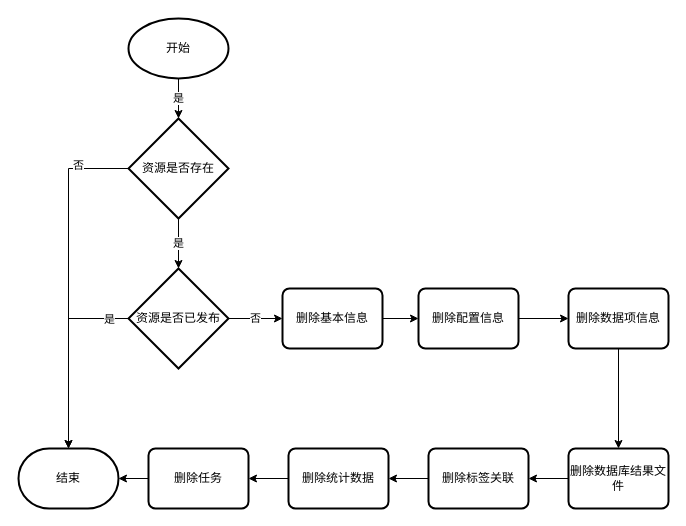
This is 数据资产删除.drawio from weiqingping/dw, a draw.io file, before an edit. Source tidied: cells renumbered, new cells numbered last; positions are measured from the earlier drawing's top-left corner, leaving out a move shared by most shapes. Both pictures are drawn from the tidied source at 100%, with x=0, y=0 at pixel (18, 18).
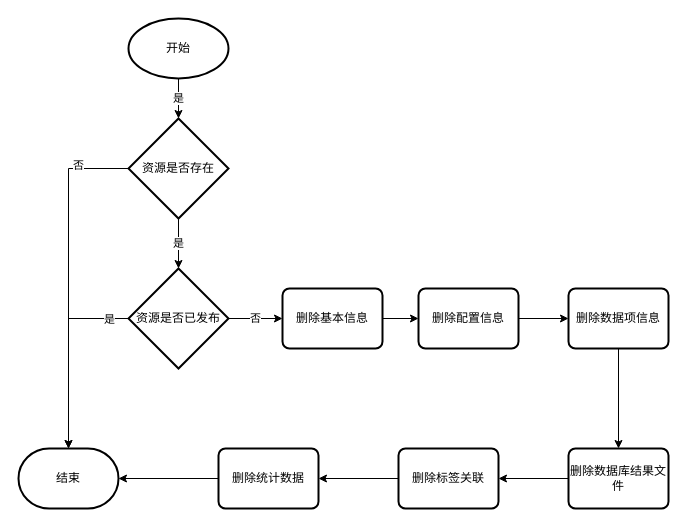
After the change.

Commit message:
更新数据资产删除.drawio

Unchanged cells that the change refers to:
```xml
<mxCell id="8" value="结束" style="strokeWidth=2;html=1;shape=mxgraph.flowchart.terminator;whiteSpace=wrap;" parent="1" vertex="1">
  <mxGeometry y="430" width="100" height="60" as="geometry" />
</mxCell>
```

What changed in the source:
```diff
@@
-    <mxCell id="19" style="edgeStyle=orthogonalEdgeStyle;rounded=0;jettySize=auto;html=1;entryX=1;entryY=0.5;entryDx=0;entryDy=0;entryPerimeter=0;" parent="1" edge="1" source="20" target="8">
-      <mxGeometry relative="1" as="geometry" />
-    </mxCell>
-    <mxCell id="20" value="删除任务" style="rounded=1;whiteSpace=wrap;html=1;absoluteArcSize=1;arcSize=14;strokeWidth=2;" parent="1" vertex="1">
-      <mxGeometry x="130" y="430" width="100" height="60" as="geometry" />
-    </mxCell>
@@
     <mxCell id="24" value="删除标签关联" style="rounded=1;whiteSpace=wrap;html=1;absoluteArcSize=1;arcSize=14;strokeWidth=2;" parent="1" vertex="1">
-      <mxGeometry x="410" y="430" width="100" height="60" as="geometry" />
+      <mxGeometry x="380" y="430" width="100" height="60" as="geometry" />
     </mxCell>
-    <mxCell id="25" style="edgeStyle=orthogonalEdgeStyle;rounded=0;jettySize=auto;html=1;" parent="1" edge="1" source="26" target="20">
-      <mxGeometry relative="1" as="geometry" />
-    </mxCell>
+    <mxCell id="27" style="edgeStyle=orthogonalEdgeStyle;rounded=0;jettySize=auto;html=1;" parent="1" edge="1" source="26" target="8">
+      <mxGeometry relative="1" as="geometry" />
+    </mxCell>
     <mxCell id="26" value="删除统计数据" style="rounded=1;whiteSpace=wrap;html=1;absoluteArcSize=1;arcSize=14;strokeWidth=2;" parent="1" vertex="1">
-      <mxGeometry x="270" y="430" width="100" height="60" as="geometry" />
+      <mxGeometry x="200" y="430" width="100" height="60" as="geometry" />
     </mxCell>
```
